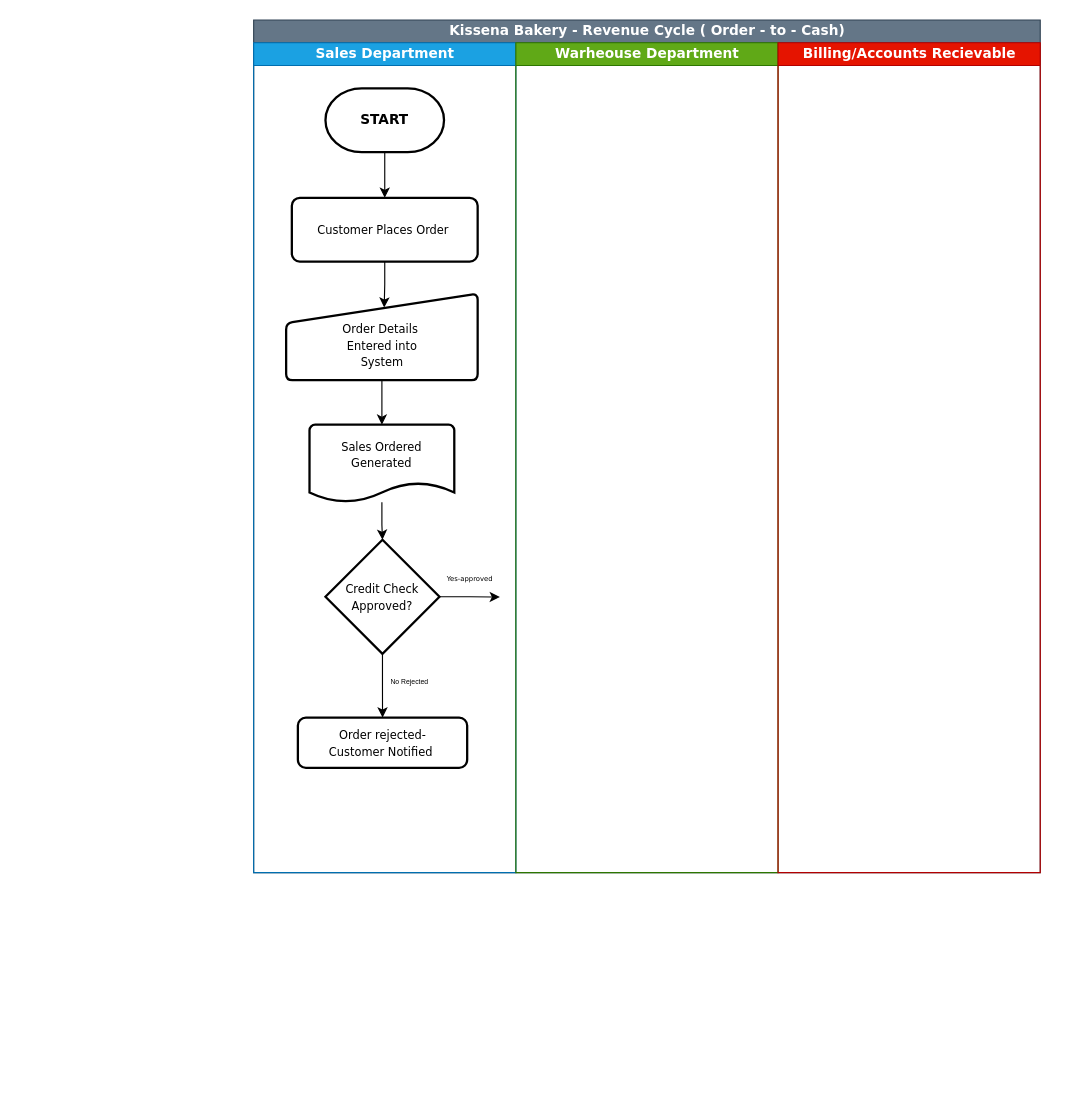
Before: page "Page 1" (1 of 2) of Revenue_Cycle_Controls.drawio in Eso75/drawio, a draw.io diagram. Source tidied: cells renumbered, new cells numbered last; positions are measured from the earlier drawing's top-left corner, leaving out a move shared by most shapes. Both pictures are drawn from the tidied source at 114%, with x=0, y=0 at pixel (253, 19).
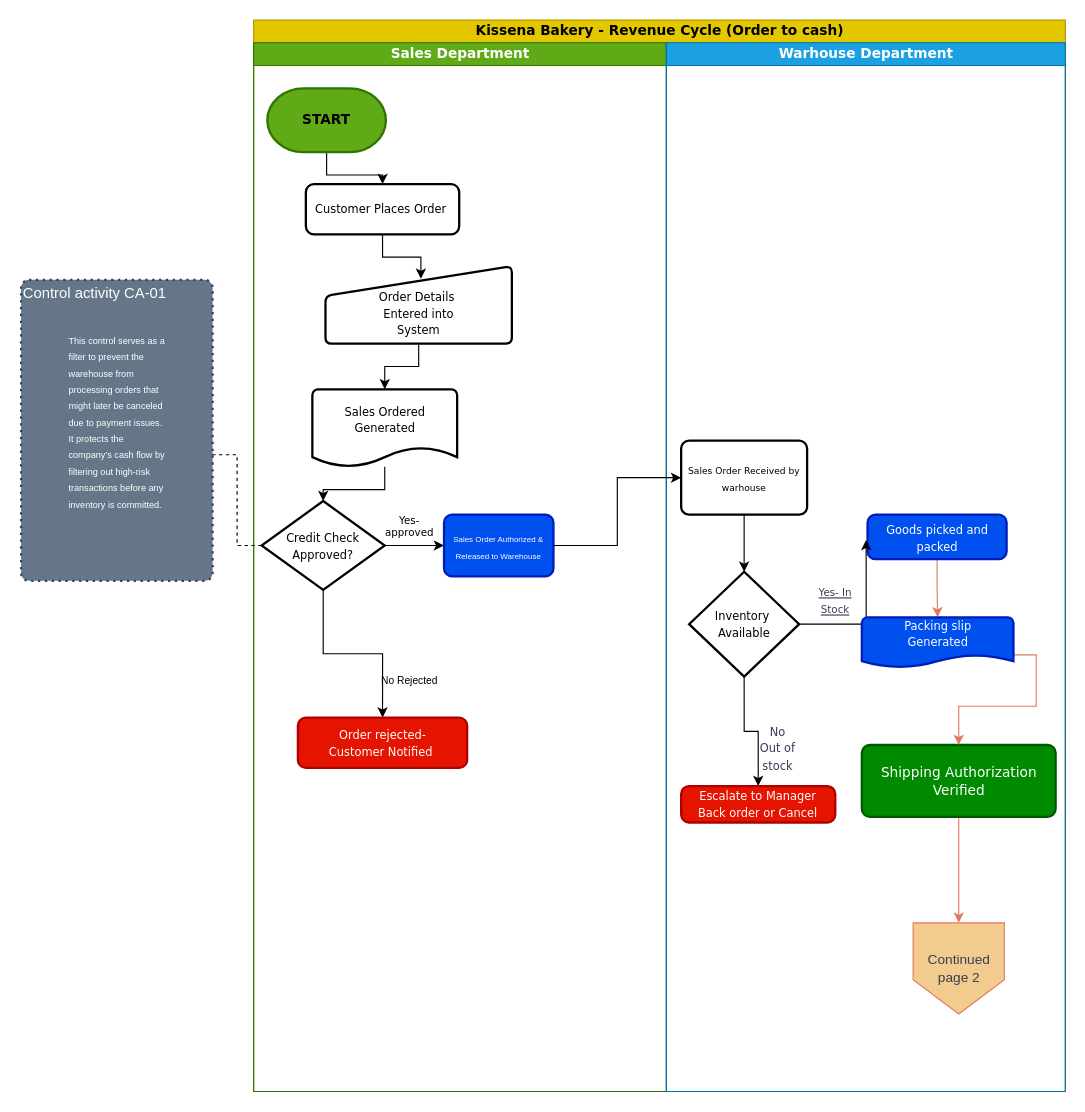
The same page after the edit.

Diff of the diagram source:
```diff
@@
-    <mxCell id="2" value="Kissena Bakery - Revenue Cycle ( Order - to - Cash)" style="swimlane;startSize=20;html=1;flipV=0;legacyAnchorPoints=0;flipH=1;fontFamily=Verdana;labelBackgroundColor=none;fillColor=light-dark(#647687,#FFFF66);fontColor=#ffffff;strokeColor=#314354;fillStyle=solid;" parent="1" vertex="1">
-      <mxGeometry width="690" height="748" as="geometry" />
+    <mxCell id="2" value="Kissena Bakery - Revenue Cycle (Order to cash)" style="swimlane;startSize=20;html=1;flipV=0;legacyAnchorPoints=0;flipH=0;fontFamily=Verdana;labelBackgroundColor=none;fillStyle=solid;fillColor=#e3c800;fontColor=#000000;strokeColor=#B09500;" parent="1" vertex="1">
+      <mxGeometry width="712" height="940" as="geometry" />
     </mxCell>
-    <mxCell id="3" value="Sales Department" style="swimlane;startSize=20;html=1;fillColor=#1ba1e2;fontColor=#ffffff;strokeColor=#006EAF;fontFamily=Verdana;" parent="2" vertex="1">
-      <mxGeometry y="20" width="230" height="728" as="geometry" />
+    <mxCell id="3" value="Sales Department" style="swimlane;startSize=20;html=1;fillColor=#60a917;fontColor=#ffffff;strokeColor=#2D7600;fontFamily=Verdana;" parent="2" vertex="1">
+      <mxGeometry y="20" width="362" height="920" as="geometry" />
     </mxCell>
@@
-    <mxCell id="5" value="&lt;font face=&quot;Verdana&quot; style=&quot;color: light-dark(rgb(0, 0, 0), rgb(0, 204, 102));&quot;&gt;&lt;b&gt;START&lt;/b&gt;&lt;/font&gt;" style="strokeWidth=2;html=1;shape=mxgraph.flowchart.terminator;whiteSpace=wrap;" parent="3" vertex="1">
-      <mxGeometry x="63" y="40" width="104" height="56" as="geometry" />
+    <mxCell id="5" value="&lt;font face=&quot;Verdana&quot; style=&quot;color: light-dark(rgb(0, 0, 0), rgb(0, 0, 0));&quot;&gt;&lt;b style=&quot;&quot;&gt;START&lt;/b&gt;&lt;/font&gt;" style="strokeWidth=2;html=1;shape=mxgraph.flowchart.terminator;whiteSpace=wrap;fillColor=#60a917;fontColor=#ffffff;strokeColor=#2D7600;" parent="3" vertex="1">
+      <mxGeometry x="12" y="40" width="104" height="56" as="geometry" />
     </mxCell>
     <mxCell id="6" value="&lt;font face=&quot;Verdana&quot; style=&quot;font-size: 10px;&quot;&gt;Customer Places Order&amp;nbsp;&lt;/font&gt;" style="rounded=1;whiteSpace=wrap;html=1;absoluteArcSize=1;arcSize=14;strokeWidth=2;" parent="3" vertex="1">
-      <mxGeometry x="33.5" y="136" width="163" height="56" as="geometry" />
+      <mxGeometry x="45.8" y="124" width="134.5" height="44" as="geometry" />
     </mxCell>
     <mxCell id="7" value="&lt;div&gt;&lt;font face=&quot;Verdana&quot; style=&quot;font-size: 10px;&quot;&gt;&lt;br&gt;&lt;/font&gt;&lt;/div&gt;&lt;font face=&quot;Verdana&quot; style=&quot;font-size: 10px;&quot;&gt;Order Details&amp;nbsp;&lt;/font&gt;&lt;div&gt;&lt;font face=&quot;Verdana&quot; style=&quot;font-size: 10px;&quot;&gt;Entered into&lt;/font&gt;&lt;/div&gt;&lt;div&gt;&lt;font face=&quot;Verdana&quot; style=&quot;font-size: 10px;&quot;&gt;System&lt;/font&gt;&lt;/div&gt;" style="html=1;strokeWidth=2;shape=manualInput;whiteSpace=wrap;rounded=1;size=26;arcSize=11;" parent="3" vertex="1">
-      <mxGeometry x="28.5" y="220" width="168" height="76" as="geometry" />
+      <mxGeometry x="63" y="196" width="163.5" height="68" as="geometry" />
     </mxCell>
@@
     <mxCell id="9" value="&lt;font face=&quot;Verdana&quot; style=&quot;font-size: 10px;&quot;&gt;Sales Ordered Generated&lt;/font&gt;&lt;div&gt;&lt;br&gt;&lt;/div&gt;" style="strokeWidth=2;html=1;shape=mxgraph.flowchart.document2;whiteSpace=wrap;size=0.25;" parent="3" vertex="1">
-      <mxGeometry x="49" y="335" width="127" height="68" as="geometry" />
+      <mxGeometry x="51.5" y="304" width="127" height="68" as="geometry" />
     </mxCell>
@@
-    <mxCell id="11" style="edgeStyle=orthogonalEdgeStyle;rounded=0;jettySize=auto;html=1;exitX=1;exitY=0.5;exitDx=0;exitDy=0;exitPerimeter=0;" parent="3" edge="1" source="13">
-      <mxGeometry relative="1" as="geometry">
-        <mxPoint x="216" y="486.2" as="targetPoint" />
-      </mxGeometry>
-    </mxCell>
@@
+    <mxCell id="20" style="edgeStyle=orthogonalEdgeStyle;rounded=0;jettySize=auto;html=1;exitX=1;exitY=0.5;exitDx=0;exitDy=0;exitPerimeter=0;entryX=0;entryY=0.5;entryDx=0;entryDy=0;" parent="3" edge="1" source="13" target="21">
+      <mxGeometry relative="1" as="geometry" />
+    </mxCell>
     <mxCell id="13" value="&lt;font face=&quot;Verdana&quot; style=&quot;font-size: 10px;&quot;&gt;&amp;nbsp;Credit Check&amp;nbsp;&lt;/font&gt;&lt;div&gt;&lt;font face=&quot;Verdana&quot; style=&quot;font-size: 10px;&quot;&gt;Approved?&lt;/font&gt;&lt;/div&gt;" style="strokeWidth=2;html=1;shape=mxgraph.flowchart.decision;whiteSpace=wrap;" parent="3" vertex="1">
-      <mxGeometry x="63" y="436" width="100" height="100" as="geometry" />
+      <mxGeometry x="7" y="402" width="108" height="78" as="geometry" />
     </mxCell>
@@
-    <mxCell id="15" value="&lt;font face=&quot;Verdana&quot; style=&quot;font-size: 10px;&quot;&gt;Order rejected-&lt;/font&gt;&lt;div&gt;&lt;font face=&quot;Verdana&quot; style=&quot;font-size: 10px;&quot;&gt;Customer Notified&amp;nbsp;&lt;/font&gt;&lt;/div&gt;" style="rounded=1;whiteSpace=wrap;html=1;absoluteArcSize=1;arcSize=14;strokeWidth=2;" parent="3" vertex="1">
+    <mxCell id="15" value="&lt;font face=&quot;Verdana&quot; style=&quot;font-size: 10px;&quot;&gt;Order rejected-&lt;/font&gt;&lt;div&gt;&lt;font face=&quot;Verdana&quot; style=&quot;font-size: 10px;&quot;&gt;Customer Notified&amp;nbsp;&lt;/font&gt;&lt;/div&gt;" style="rounded=1;whiteSpace=wrap;html=1;absoluteArcSize=1;arcSize=14;strokeWidth=2;fillColor=#e51400;strokeColor=#B20000;fontColor=#ffffff;" parent="3" vertex="1">
       <mxGeometry x="38.8" y="592" width="148.5" height="44" as="geometry" />
     </mxCell>
-    <mxCell id="16" value="&lt;font face=&quot;Verdana&quot;&gt;Yes-approved&lt;/font&gt;&lt;div&gt;&lt;font face=&quot;Verdana&quot;&gt;&lt;br&gt;&lt;/font&gt;&lt;/div&gt;" style="text;html=1;whiteSpace=wrap;strokeColor=none;fillColor=none;align=center;verticalAlign=middle;rounded=0;fontSize=6;" parent="3" vertex="1">
-      <mxGeometry x="160" y="460" width="60" height="30" as="geometry" />
+    <mxCell id="16" value="&lt;font face=&quot;Verdana&quot; style=&quot;font-size: 9px;&quot;&gt;Yes-approved&lt;/font&gt;&lt;div&gt;&lt;font face=&quot;Verdana&quot;&gt;&lt;br&gt;&lt;/font&gt;&lt;/div&gt;" style="text;html=1;whiteSpace=wrap;strokeColor=none;fillColor=none;align=center;verticalAlign=middle;rounded=0;fontSize=6;" parent="3" vertex="1">
+      <mxGeometry x="107" y="414" width="60" height="30" as="geometry" />
     </mxCell>
-    <mxCell id="17" value="&lt;font style=&quot;font-size: 6px;&quot;&gt;No Rejected&lt;/font&gt;" style="text;html=1;whiteSpace=wrap;strokeColor=none;fillColor=none;align=center;verticalAlign=middle;rounded=0;" parent="3" vertex="1">
+    <mxCell id="17" value="&lt;font style=&quot;font-size: 9px;&quot;&gt;No Rejected&lt;/font&gt;" style="text;html=1;whiteSpace=wrap;strokeColor=none;fillColor=none;align=center;verticalAlign=middle;rounded=0;" parent="3" vertex="1">
       <mxGeometry x="107" y="544" width="60" height="30" as="geometry" />
     </mxCell>
+    <mxCell id="21" value="&lt;font style=&quot;font-size: 7px;&quot;&gt;Sales Order Authorized &amp;amp; Released to Warehouse&lt;/font&gt;" style="rounded=1;whiteSpace=wrap;html=1;absoluteArcSize=1;arcSize=14;strokeWidth=2;fillColor=#0050ef;fontColor=#ffffff;strokeColor=#001DBC;" parent="3" vertex="1">
+      <mxGeometry x="167" y="414" width="96" height="54" as="geometry" />
+    </mxCell>
-    <mxCell id="18" value="Warheouse Department" style="swimlane;startSize=20;html=1;fillColor=#60a917;strokeColor=#2D7600;fontColor=#ffffff;fontFamily=Verdana;" parent="2" vertex="1">
-      <mxGeometry x="230" y="20" width="230" height="728" as="geometry" />
+    <mxCell id="18" value="Warhouse Department" style="swimlane;startSize=20;html=1;fontFamily=Verdana;fillColor=#1ba1e2;fontColor=#ffffff;strokeColor=#006EAF;" parent="2" vertex="1">
+      <mxGeometry x="362" y="20" width="350" height="920" as="geometry" />
     </mxCell>
-    <mxCell id="19" value="Billing/Accounts Recievable" style="swimlane;startSize=20;html=1;fillColor=#e51400;fontColor=#ffffff;strokeColor=#B20000;swimlaneFillColor=none;gradientColor=none;fontFamily=Verdana;" parent="2" vertex="1">
-      <mxGeometry x="460" y="20" width="230" height="728" as="geometry" />
-    </mxCell>
+    <mxCell id="22" value="&lt;font face=&quot;Verdana&quot; style=&quot;font-size: 8px;&quot;&gt;Sales Order Received by warhouse&lt;/font&gt;" style="rounded=1;whiteSpace=wrap;html=1;absoluteArcSize=1;arcSize=14;strokeWidth=2;" parent="18" vertex="1">
+      <mxGeometry x="13" y="349" width="110.5" height="65" as="geometry" />
+    </mxCell>
+    <mxCell id="23" style="edgeStyle=orthogonalEdgeStyle;rounded=0;jettySize=auto;html=1;exitX=0.5;exitY=1;exitDx=0;exitDy=0;exitPerimeter=0;fontColor=#393C56;entryX=0.5;entryY=0;entryDx=0;entryDy=0;" parent="18" edge="1" source="25" target="28">
+      <mxGeometry relative="1" as="geometry" />
+    </mxCell>
+    <mxCell id="24" style="edgeLabel;html=1;align=center;verticalAlign=middle;strokeColor=#E07A5F;fontColor=#393C56;fillColor=#F2CC8F;" parent="23" vertex="1">
+      <mxGeometry x="-0.62" y="1" relative="1" as="geometry" />
+    </mxCell>
+    <mxCell id="25" value="&lt;font style=&quot;font-size: 10px;&quot; face=&quot;Verdana&quot;&gt;Inventory&amp;nbsp;&lt;/font&gt;&lt;div&gt;&lt;font style=&quot;font-size: 10px;&quot; face=&quot;Verdana&quot;&gt;Available&lt;/font&gt;&lt;/div&gt;" style="strokeWidth=2;html=1;shape=mxgraph.flowchart.decision;whiteSpace=wrap;" parent="18" vertex="1">
+      <mxGeometry x="20" y="464" width="96.5" height="92" as="geometry" />
+    </mxCell>
+    <mxCell id="26" style="edgeStyle=orthogonalEdgeStyle;rounded=0;jettySize=auto;html=1;exitX=0.5;exitY=1;exitDx=0;exitDy=0;entryX=0.5;entryY=0;entryDx=0;entryDy=0;entryPerimeter=0;fontColor=#393C56;" parent="18" edge="1" source="22" target="25">
+      <mxGeometry relative="1" as="geometry" />
+    </mxCell>
+    <mxCell id="27" value="&lt;font style=&quot;font-size: 10px;&quot; face=&quot;Verdana&quot;&gt;No&lt;/font&gt;&lt;div&gt;&lt;font style=&quot;font-size: 10px;&quot; face=&quot;Verdana&quot;&gt;Out of stock&lt;/font&gt;&lt;/div&gt;" style="text;html=1;whiteSpace=wrap;strokeColor=none;fillColor=none;align=center;verticalAlign=middle;rounded=0;fontColor=#393C56;" parent="18" vertex="1">
+      <mxGeometry x="68" y="604" width="60" height="30" as="geometry" />
+    </mxCell>
+    <mxCell id="28" value="&lt;font face=&quot;Verdana&quot; style=&quot;font-size: 10px;&quot;&gt;Escalate to Manager&lt;/font&gt;&lt;div&gt;&lt;font face=&quot;Verdana&quot; style=&quot;font-size: 10px;&quot;&gt;Back order or Cancel&lt;/font&gt;&lt;/div&gt;" style="rounded=1;whiteSpace=wrap;html=1;absoluteArcSize=1;arcSize=14;strokeWidth=2;fillColor=#e51400;fontColor=#ffffff;strokeColor=#B20000;" parent="18" vertex="1">
+      <mxGeometry x="13" y="652" width="135.2" height="32" as="geometry" />
+    </mxCell>
+    <mxCell id="29" value="&lt;font style=&quot;font-size: 9px;&quot; face=&quot;Verdana&quot;&gt;&lt;u style=&quot;&quot;&gt;Yes- In&lt;/u&gt;&lt;/font&gt;&lt;div&gt;&lt;font style=&quot;font-size: 9px;&quot; face=&quot;Verdana&quot;&gt;&lt;u style=&quot;&quot;&gt;Stock&lt;/u&gt;&lt;/font&gt;&lt;/div&gt;" style="text;html=1;whiteSpace=wrap;strokeColor=none;fillColor=none;align=center;verticalAlign=middle;rounded=0;fontColor=#393C56;" parent="18" vertex="1">
+      <mxGeometry x="120" y="473" width="56.5" height="31" as="geometry" />
+    </mxCell>
+    <mxCell id="30" style="edgeStyle=orthogonalEdgeStyle;rounded=0;jettySize=auto;html=1;exitX=0.5;exitY=1;exitDx=0;exitDy=0;strokeColor=#E07A5F;fontColor=#393C56;fillColor=#F2CC8F;" parent="18" edge="1" source="31" target="36">
+      <mxGeometry relative="1" as="geometry" />
+    </mxCell>
+    <mxCell id="31" value="&lt;font face=&quot;Verdana&quot; style=&quot;font-size: 10px;&quot;&gt;Goods picked and packed&lt;/font&gt;" style="rounded=1;whiteSpace=wrap;html=1;absoluteArcSize=1;arcSize=14;strokeWidth=2;fillColor=#0050ef;fontColor=#ffffff;strokeColor=#001DBC;" parent="18" vertex="1">
+      <mxGeometry x="176.5" y="414" width="122" height="39" as="geometry" />
+    </mxCell>
+    <mxCell id="32" style="edgeStyle=orthogonalEdgeStyle;rounded=0;jettySize=auto;html=1;exitX=0.5;exitY=1;exitDx=0;exitDy=0;entryX=0.5;entryY=0;entryDx=0;entryDy=0;strokeColor=#E07A5F;fontColor=#393C56;fillColor=#F2CC8F;" parent="18" edge="1" source="33" target="37">
+      <mxGeometry relative="1" as="geometry" />
+    </mxCell>
+    <mxCell id="33" value="&lt;font face=&quot;Verdana&quot;&gt;Shipping Authorization&lt;/font&gt;&lt;div&gt;&lt;font face=&quot;Verdana&quot;&gt;Verified&lt;/font&gt;&lt;/div&gt;" style="rounded=1;whiteSpace=wrap;html=1;absoluteArcSize=1;arcSize=14;strokeWidth=2;fillColor=#008a00;fontColor=#ffffff;strokeColor=#005700;" parent="18" vertex="1">
+      <mxGeometry x="171.5" y="616" width="170" height="63" as="geometry" />
+    </mxCell>
+    <mxCell id="34" style="edgeStyle=orthogonalEdgeStyle;rounded=0;jettySize=auto;html=1;exitX=1;exitY=0.5;exitDx=0;exitDy=0;exitPerimeter=0;entryX=-0.01;entryY=0.567;entryDx=0;entryDy=0;entryPerimeter=0;fontColor=#393C56;" parent="18" edge="1" source="25" target="31">
+      <mxGeometry relative="1" as="geometry" />
+    </mxCell>
+    <mxCell id="35" style="edgeStyle=orthogonalEdgeStyle;rounded=0;jettySize=auto;html=1;exitX=1;exitY=0.75;exitDx=0;exitDy=0;exitPerimeter=0;entryX=0.5;entryY=0;entryDx=0;entryDy=0;strokeColor=#E07A5F;fontColor=#393C56;fillColor=#F2CC8F;" parent="18" edge="1" source="36" target="33">
+      <mxGeometry relative="1" as="geometry" />
+    </mxCell>
+    <mxCell id="36" value="&lt;font face=&quot;Verdana&quot; style=&quot;font-size: 10px;&quot;&gt;Packing slip&lt;/font&gt;&lt;div&gt;&lt;font face=&quot;Verdana&quot; style=&quot;font-size: 10px;&quot;&gt;Generated&lt;/font&gt;&lt;/div&gt;&lt;div&gt;&lt;br&gt;&lt;/div&gt;" style="strokeWidth=2;html=1;shape=mxgraph.flowchart.document2;whiteSpace=wrap;size=0.25;fillColor=#0050ef;fontColor=#ffffff;strokeColor=#001DBC;" parent="18" vertex="1">
+      <mxGeometry x="171.5" y="504" width="133" height="44" as="geometry" />
+    </mxCell>
+    <mxCell id="37" value="Continued page 2" style="shape=offPageConnector;whiteSpace=wrap;html=1;strokeColor=#E07A5F;fontColor=#393C56;fillColor=#F2CC8F;" parent="18" vertex="1">
+      <mxGeometry x="216.5" y="772" width="80" height="80" as="geometry" />
+    </mxCell>
+    <mxCell id="38" style="edgeStyle=orthogonalEdgeStyle;rounded=0;jettySize=auto;html=1;exitX=1;exitY=0.5;exitDx=0;exitDy=0;entryX=0;entryY=0.5;entryDx=0;entryDy=0;fontColor=#393C56;" parent="2" edge="1" source="21" target="22">
+      <mxGeometry relative="1" as="geometry" />
+    </mxCell>
+    <mxCell id="39" value="&lt;font style=&quot;font-size: 13px;&quot;&gt;Control activity CA-01&lt;/font&gt;&lt;div&gt;&lt;font style=&quot;font-size: 8px;&quot;&gt;&lt;br&gt;&lt;/font&gt;&lt;/div&gt;&lt;div&gt;&lt;blockquote&gt;&lt;p style=&quot;&quot;&gt;&lt;font style=&quot;font-size: 8px;&quot;&gt;This control serves as a filter to prevent the warehouse from processing &lt;font style=&quot;&quot;&gt;orders that might later be canceled due to payment issues. It protects the company’s cash flow by filtering out&lt;/font&gt; high-risk transactions before any inventory is committed.&lt;/font&gt;&lt;/p&gt;&lt;/blockquote&gt;&lt;h3&gt;&lt;/h3&gt;&lt;/div&gt;&lt;div&gt;&lt;font style=&quot;font-size: 8px;&quot;&gt;&lt;br&gt;&lt;/font&gt;&lt;/div&gt;&lt;div&gt;&lt;font style=&quot;font-size: 8px;&quot;&gt;&lt;br&gt;&lt;/font&gt;&lt;/div&gt;&lt;div&gt;&lt;br&gt;&lt;/div&gt;" style="rounded=1;whiteSpace=wrap;html=1;absoluteArcSize=1;arcSize=14;strokeWidth=2;strokeColor=#314354;fontColor=#ffffff;fillColor=#647687;dashed=1;dashPattern=1 2;align=left;" parent="1" vertex="1">
+      <mxGeometry x="-204" y="228" width="168" height="264" as="geometry" />
+    </mxCell>
+    <mxCell id="40" style="edgeStyle=orthogonalEdgeStyle;rounded=0;jettySize=auto;html=1;exitX=0;exitY=0.5;exitDx=0;exitDy=0;exitPerimeter=0;entryX=0.981;entryY=0.581;entryDx=0;entryDy=0;entryPerimeter=0;fontColor=#393C56;startArrow=none;startFill=0;strokeColor=default;dashed=1;endArrow=none;endFill=0;" parent="1" edge="1" source="13" target="39">
+      <mxGeometry relative="1" as="geometry" />
+    </mxCell>
```
